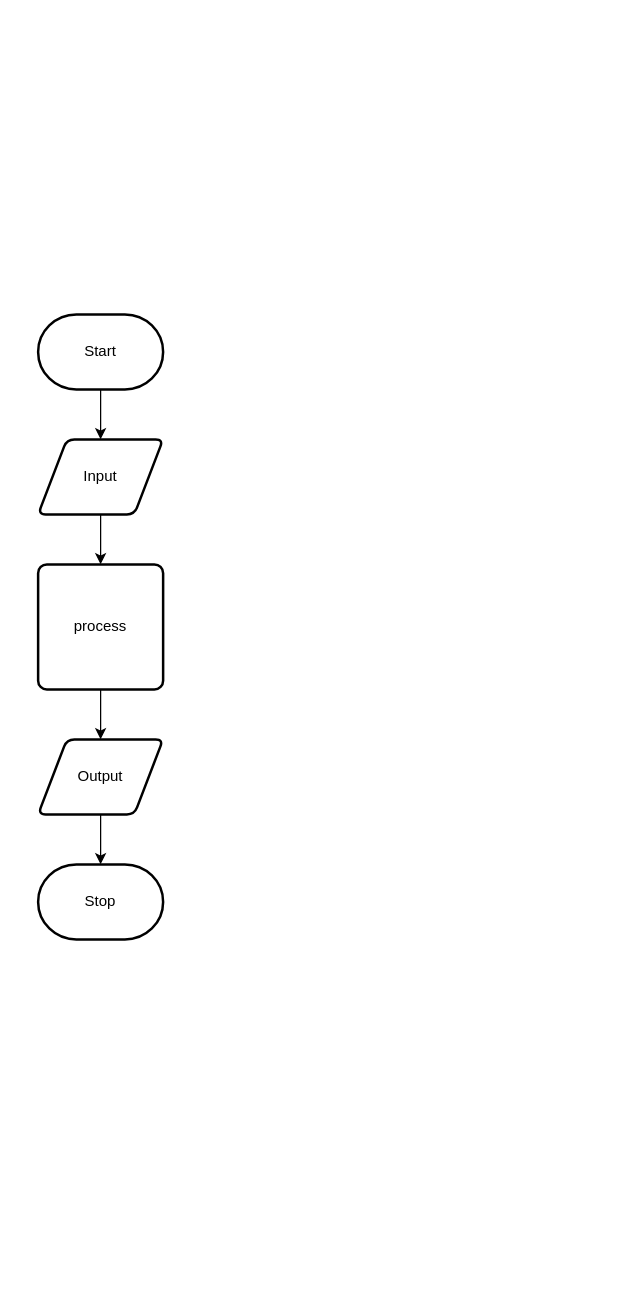
The draw.io diagram design/flow-chart.drawio in ekaterina-chernykh/ICS20-Unit-5-08, before the edit. Source tidied: cells renumbered, new cells numbered last; positions are measured from the earlier drawing's top-left corner, leaving out a move shared by most shapes. Both pictures are drawn from the tidied source at 125%, with x=0, y=0 at pixel (38, 314).
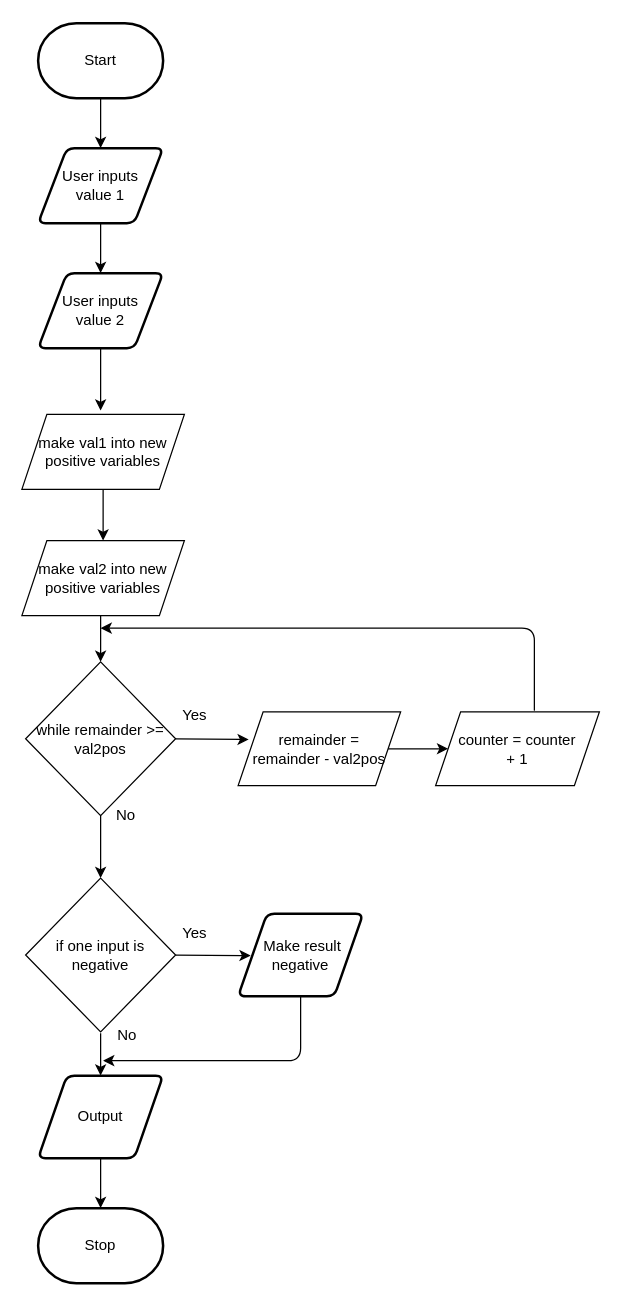
After the change.

Diff of the diagram source:
```diff
@@
-    <mxCell id="2" style="edgeStyle=none;html=1;" parent="1" edge="1" source="3" target="5">
-      <mxGeometry relative="1" as="geometry" />
-    </mxCell>
+    <mxCell id="8" style="edgeStyle=none;html=1;" parent="1" edge="1" source="3" target="12">
+      <mxGeometry relative="1" as="geometry" />
+    </mxCell>
     <mxCell id="3" value="Start" style="strokeWidth=2;html=1;shape=mxgraph.flowchart.terminator;whiteSpace=wrap;" parent="1" vertex="1">
-      <mxGeometry width="100" height="60" as="geometry" />
+      <mxGeometry y="-233" width="100" height="60" as="geometry" />
     </mxCell>
-    <mxCell id="4" style="edgeStyle=none;html=1;" parent="1" edge="1" source="5" target="7">
-      <mxGeometry relative="1" as="geometry" />
-    </mxCell>
-    <mxCell id="5" value="Input" style="shape=parallelogram;html=1;strokeWidth=2;perimeter=parallelogramPerimeter;whiteSpace=wrap;rounded=1;arcSize=12;size=0.23;" parent="1" vertex="1">
-      <mxGeometry y="100" width="100" height="60" as="geometry" />
-    </mxCell>
-    <mxCell id="6" style="edgeStyle=none;html=1;" parent="1" edge="1" source="7" target="9">
-      <mxGeometry relative="1" as="geometry" />
-    </mxCell>
-    <mxCell id="7" value="process" style="rounded=1;whiteSpace=wrap;html=1;absoluteArcSize=1;arcSize=14;strokeWidth=2;" parent="1" vertex="1">
-      <mxGeometry y="200" width="100" height="100" as="geometry" />
-    </mxCell>
-    <mxCell id="8" style="edgeStyle=none;html=1;" parent="1" edge="1" source="9" target="10">
-      <mxGeometry relative="1" as="geometry" />
-    </mxCell>
+    <mxCell id="11" style="edgeStyle=none;html=1;" parent="1" edge="1" source="12">
+      <mxGeometry relative="1" as="geometry">
+        <mxPoint x="50" y="-33" as="targetPoint" />
+      </mxGeometry>
+    </mxCell>
+    <mxCell id="12" value="User inputs &lt;br&gt;value 1" style="shape=parallelogram;html=1;strokeWidth=2;perimeter=parallelogramPerimeter;whiteSpace=wrap;rounded=1;arcSize=12;size=0.23;" parent="1" vertex="1">
+      <mxGeometry y="-133" width="100" height="60" as="geometry" />
+    </mxCell>
+    <mxCell id="13" style="edgeStyle=none;html=1;" parent="1" edge="1" target="9">
+      <mxGeometry relative="1" as="geometry">
+        <mxPoint x="50" y="575" as="sourcePoint" />
+      </mxGeometry>
+    </mxCell>
+    <mxCell id="14" style="edgeStyle=none;html=1;" parent="1" edge="1" source="9" target="10">
+      <mxGeometry relative="1" as="geometry" />
+    </mxCell>
     <mxCell id="9" value="Output" style="shape=parallelogram;html=1;strokeWidth=2;perimeter=parallelogramPerimeter;whiteSpace=wrap;rounded=1;arcSize=12;size=0.23;" parent="1" vertex="1">
-      <mxGeometry y="340" width="100" height="60" as="geometry" />
+      <mxGeometry y="609" width="100" height="66" as="geometry" />
     </mxCell>
     <mxCell id="10" value="Stop" style="strokeWidth=2;html=1;shape=mxgraph.flowchart.terminator;whiteSpace=wrap;" parent="1" vertex="1">
-      <mxGeometry y="440" width="100" height="60" as="geometry" />
+      <mxGeometry y="715" width="100" height="60" as="geometry" />
     </mxCell>
+    <mxCell id="15" style="edgeStyle=none;html=1;exitX=0.5;exitY=1;exitDx=0;exitDy=0;" parent="1" edge="1" source="16">
+      <mxGeometry relative="1" as="geometry">
+        <mxPoint x="50" y="77" as="targetPoint" />
+      </mxGeometry>
+    </mxCell>
+    <mxCell id="16" value="User inputs &lt;br&gt;value 2" style="shape=parallelogram;html=1;strokeWidth=2;perimeter=parallelogramPerimeter;whiteSpace=wrap;rounded=1;arcSize=12;size=0.23;" parent="1" vertex="1">
+      <mxGeometry y="-33" width="100" height="60" as="geometry" />
+    </mxCell>
+    <mxCell id="17" style="edgeStyle=none;html=1;exitX=0.5;exitY=1;exitDx=0;exitDy=0;entryX=0.5;entryY=0;entryDx=0;entryDy=0;" parent="1" edge="1" target="20">
+      <mxGeometry relative="1" as="geometry">
+        <mxPoint x="50" y="238" as="sourcePoint" />
+      </mxGeometry>
+    </mxCell>
+    <mxCell id="18" style="edgeStyle=none;html=1;exitX=1;exitY=0.5;exitDx=0;exitDy=0;entryX=0.065;entryY=0.375;entryDx=0;entryDy=0;entryPerimeter=0;" parent="1" edge="1" source="20" target="23">
+      <mxGeometry relative="1" as="geometry" />
+    </mxCell>
+    <mxCell id="19" style="edgeStyle=none;html=1;exitX=0.5;exitY=1;exitDx=0;exitDy=0;" parent="1" edge="1" source="20">
+      <mxGeometry relative="1" as="geometry">
+        <mxPoint x="50" y="451" as="targetPoint" />
+      </mxGeometry>
+    </mxCell>
+    <mxCell id="20" value="while remainder &amp;gt;= val2pos" style="rhombus;whiteSpace=wrap;html=1;" parent="1" vertex="1">
+      <mxGeometry x="-10" y="278" width="120" height="123" as="geometry" />
+    </mxCell>
+    <mxCell id="21" style="edgeStyle=none;html=1;exitX=0.603;exitY=-0.017;exitDx=0;exitDy=0;exitPerimeter=0;" parent="1" edge="1" source="35">
+      <mxGeometry relative="1" as="geometry">
+        <mxPoint x="50" y="251" as="targetPoint" />
+        <Array as="points">
+          <mxPoint x="397" y="251" />
+        </Array>
+      </mxGeometry>
+    </mxCell>
+    <mxCell id="22" style="edgeStyle=none;html=1;exitX=1;exitY=0.5;exitDx=0;exitDy=0;entryX=0;entryY=0.5;entryDx=0;entryDy=0;" parent="1" edge="1" source="23" target="35">
+      <mxGeometry relative="1" as="geometry" />
+    </mxCell>
+    <mxCell id="23" value="remainder&amp;nbsp;= remainder&amp;nbsp;-&amp;nbsp;val2pos" style="shape=parallelogram;perimeter=parallelogramPerimeter;whiteSpace=wrap;html=1;fixedSize=1;" parent="1" vertex="1">
+      <mxGeometry x="160" y="318" width="130" height="59" as="geometry" />
+    </mxCell>
+    <mxCell id="24" value="Yes" style="text;html=1;align=center;verticalAlign=middle;strokeColor=none;fillColor=none;" parent="1" vertex="1">
+      <mxGeometry x="105" y="311" width="40" height="20" as="geometry" />
+    </mxCell>
+    <mxCell id="25" style="edgeStyle=none;html=1;exitX=1;exitY=0.5;exitDx=0;exitDy=0;" parent="1" edge="1" source="26">
+      <mxGeometry relative="1" as="geometry">
+        <mxPoint x="170" y="513" as="targetPoint" />
+      </mxGeometry>
+    </mxCell>
+    <mxCell id="26" value="if one input is negative" style="rhombus;whiteSpace=wrap;html=1;" parent="1" vertex="1">
+      <mxGeometry x="-10" y="451" width="120" height="123" as="geometry" />
+    </mxCell>
+    <mxCell id="27" value="No" style="text;html=1;align=center;verticalAlign=middle;strokeColor=none;fillColor=none;" parent="1" vertex="1">
+      <mxGeometry x="55" y="391" width="30" height="20" as="geometry" />
+    </mxCell>
+    <mxCell id="28" value="No" style="text;html=1;align=center;verticalAlign=middle;points=[];strokeColor=none;fillColor=none;" parent="1" vertex="1">
+      <mxGeometry x="56" y="567" width="30" height="20" as="geometry" />
+    </mxCell>
+    <mxCell id="29" value="Yes" style="text;html=1;align=center;verticalAlign=middle;strokeColor=none;fillColor=none;" parent="1" vertex="1">
+      <mxGeometry x="105" y="485" width="40" height="20" as="geometry" />
+    </mxCell>
+    <mxCell id="30" style="edgeStyle=none;html=1;exitX=0.5;exitY=1;exitDx=0;exitDy=0;entryX=-0.133;entryY=1.5;entryDx=0;entryDy=0;entryPerimeter=0;" parent="1" edge="1" source="31" target="28">
+      <mxGeometry relative="1" as="geometry">
+        <Array as="points">
+          <mxPoint x="210" y="597" />
+        </Array>
+      </mxGeometry>
+    </mxCell>
+    <mxCell id="31" value="&amp;nbsp;Make result negative" style="shape=parallelogram;html=1;strokeWidth=2;perimeter=parallelogramPerimeter;whiteSpace=wrap;rounded=1;arcSize=12;size=0.23;" parent="1" vertex="1">
+      <mxGeometry x="160" y="479.5" width="100" height="66" as="geometry" />
+    </mxCell>
+    <mxCell id="32" value="&lt;span&gt;make val2 into new positive variables&lt;/span&gt;" style="shape=parallelogram;perimeter=parallelogramPerimeter;whiteSpace=wrap;html=1;fixedSize=1;" parent="1" vertex="1">
+      <mxGeometry x="-13" y="181" width="130" height="60" as="geometry" />
+    </mxCell>
+    <mxCell id="33" style="edgeStyle=none;html=1;exitX=0.5;exitY=1;exitDx=0;exitDy=0;entryX=0.5;entryY=0;entryDx=0;entryDy=0;" parent="1" edge="1" source="34" target="32">
+      <mxGeometry relative="1" as="geometry" />
+    </mxCell>
+    <mxCell id="34" value="&lt;span&gt;make val1 into new positive variables&lt;/span&gt;" style="shape=parallelogram;perimeter=parallelogramPerimeter;whiteSpace=wrap;html=1;fixedSize=1;" parent="1" vertex="1">
+      <mxGeometry x="-13" y="80" width="130" height="60" as="geometry" />
+    </mxCell>
+    <mxCell id="35" value="&lt;span&gt;counter = counter &lt;br&gt;+ 1&lt;/span&gt;" style="shape=parallelogram;perimeter=parallelogramPerimeter;whiteSpace=wrap;html=1;fixedSize=1;" parent="1" vertex="1">
+      <mxGeometry x="318" y="318" width="131" height="59" as="geometry" />
+    </mxCell>
```
